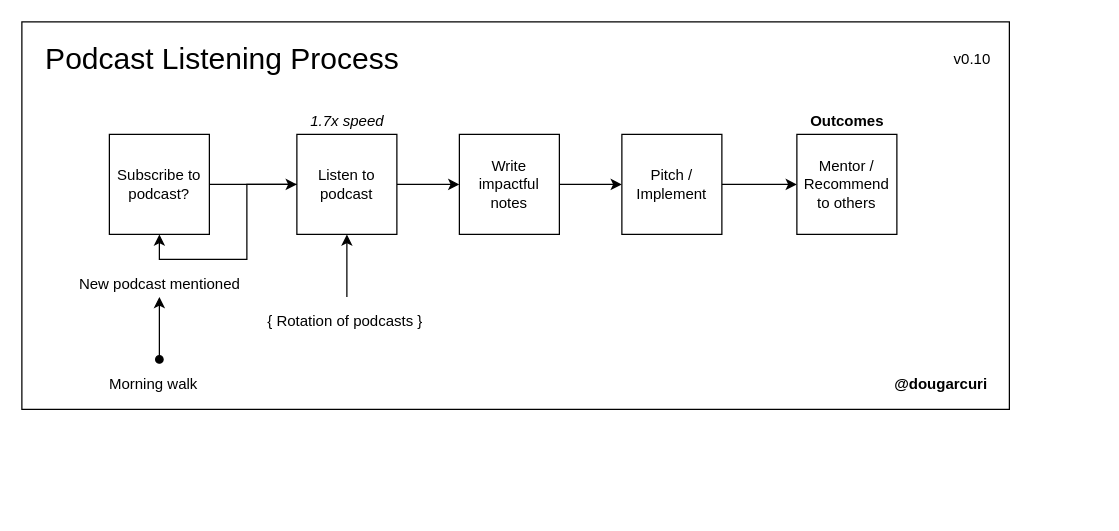
Before: mentoring/diagrams/podcast-listening-process.drawio in solidi/learning-notes, a draw.io diagram. Source tidied: cells renumbered, new cells numbered last; positions are measured from the earlier drawing's top-left corner, leaving out a move shared by most shapes. Both pictures are drawn from the tidied source at 125%, with x=0, y=0 at pixel (21, 21).
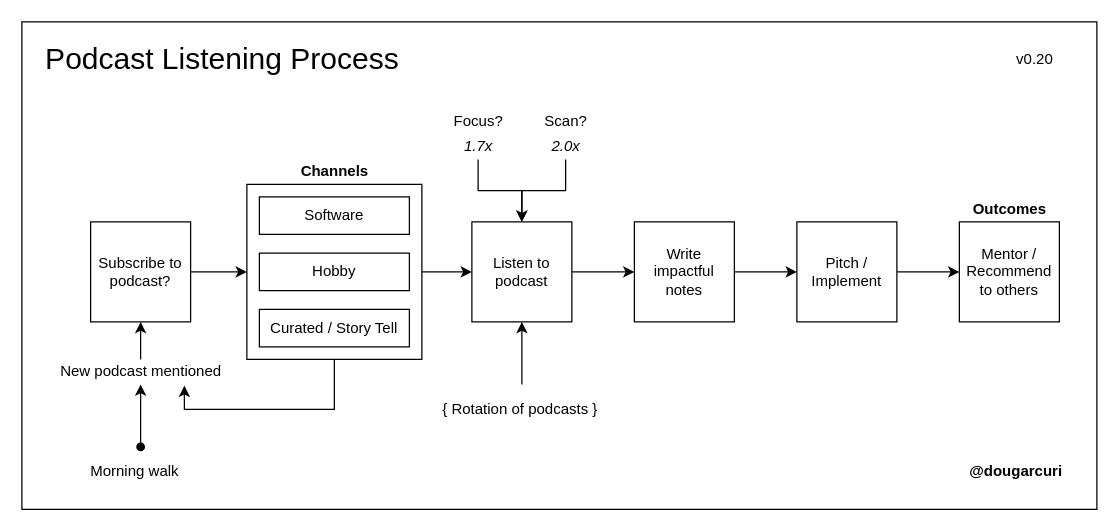
The same page after the edit.

Commit message (it also covers changes not shown here):
Add channels and scanning speed on pod ast listening

Diff of the diagram source:
```diff
@@
     <mxCell id="2" style="rounded=0;whiteSpace=wrap;html=1;fillColor=none;" parent="1" vertex="1">
-      <mxGeometry width="790" height="310" as="geometry" />
+      <mxGeometry width="860" height="390" as="geometry" />
     </mxCell>
+    <mxCell id="23" style="edgeStyle=orthogonalEdgeStyle;rounded=0;jettySize=auto;html=1;exitX=1;exitY=0.5;exitDx=0;exitDy=0;" parent="1" edge="1" source="25" target="10">
+      <mxGeometry relative="1" as="geometry" />
+    </mxCell>
+    <mxCell id="24" style="edgeStyle=orthogonalEdgeStyle;rounded=0;jettySize=auto;html=1;exitX=0.5;exitY=1;exitDx=0;exitDy=0;entryX=0.75;entryY=1.05;entryDx=0;entryDy=0;entryPerimeter=0;" parent="1" edge="1" source="25" target="15">
+      <mxGeometry relative="1" as="geometry" />
+    </mxCell>
+    <mxCell id="25" style="rounded=0;whiteSpace=wrap;html=1;" parent="1" vertex="1">
+      <mxGeometry x="180" y="130" width="140" height="140" as="geometry" />
+    </mxCell>
@@
-    <mxCell id="4" value="v0.10" style="text;html=1;align=center;verticalAlign=middle;" parent="1" vertex="1">
-      <mxGeometry x="740" y="20" width="40" height="20" as="geometry" />
+    <mxCell id="4" value="v0.20" style="text;html=1;align=center;verticalAlign=middle;" parent="1" vertex="1">
+      <mxGeometry x="790" y="20" width="40" height="20" as="geometry" />
     </mxCell>
     <mxCell id="5" value="&lt;b&gt;@dougarcuri&lt;/b&gt;" style="text;html=1;align=center;verticalAlign=middle;" parent="1" vertex="1">
-      <mxGeometry x="690" y="280" width="90" height="20" as="geometry" />
+      <mxGeometry x="750" y="350" width="90" height="20" as="geometry" />
     </mxCell>
-    <mxCell id="6" style="edgeStyle=orthogonalEdgeStyle;rounded=0;jettySize=auto;html=1;exitX=1;exitY=0.5;exitDx=0;exitDy=0;entryX=0;entryY=0.5;entryDx=0;entryDy=0;" parent="1" edge="1" source="7" target="10">
-      <mxGeometry relative="1" as="geometry" />
-    </mxCell>
+    <mxCell id="26" style="edgeStyle=orthogonalEdgeStyle;rounded=0;jettySize=auto;html=1;exitX=1;exitY=0.5;exitDx=0;exitDy=0;entryX=0;entryY=0.5;entryDx=0;entryDy=0;" parent="1" edge="1" source="7" target="25">
+      <mxGeometry relative="1" as="geometry" />
+    </mxCell>
     <mxCell id="7" value="Subscribe to podcast?" style="whiteSpace=wrap;html=1;" parent="1" vertex="1">
-      <mxGeometry x="70" y="90" width="80" height="80" as="geometry" />
+      <mxGeometry x="55" y="160" width="80" height="80" as="geometry" />
     </mxCell>
@@
-    <mxCell id="9" style="edgeStyle=orthogonalEdgeStyle;rounded=0;jettySize=auto;html=1;entryX=0.5;entryY=1;entryDx=0;entryDy=0;" parent="1" edge="1" source="10" target="7">
-      <mxGeometry relative="1" as="geometry">
-        <Array as="points">
-          <mxPoint x="180" y="130" />
-          <mxPoint x="180" y="190" />
-          <mxPoint x="110" y="190" />
-        </Array>
-      </mxGeometry>
-    </mxCell>
     <mxCell id="10" value="Listen to podcast" style="whiteSpace=wrap;html=1;" parent="1" vertex="1">
-      <mxGeometry x="220" y="90" width="80" height="80" as="geometry" />
+      <mxGeometry x="360" y="160" width="80" height="80" as="geometry" />
     </mxCell>
@@
     <mxCell id="12" value="Write impactful notes" style="whiteSpace=wrap;html=1;" parent="1" vertex="1">
-      <mxGeometry x="350" y="90" width="80" height="80" as="geometry" />
+      <mxGeometry x="490" y="160" width="80" height="80" as="geometry" />
     </mxCell>
@@
     <mxCell id="14" value="Pitch / Implement" style="whiteSpace=wrap;html=1;" parent="1" vertex="1">
-      <mxGeometry x="480" y="90" width="80" height="80" as="geometry" />
+      <mxGeometry x="620" y="160" width="80" height="80" as="geometry" />
     </mxCell>
+    <mxCell id="27" style="edgeStyle=orthogonalEdgeStyle;rounded=0;jettySize=auto;html=1;entryX=0.5;entryY=1;entryDx=0;entryDy=0;" parent="1" edge="1" source="15" target="7">
+      <mxGeometry relative="1" as="geometry" />
+    </mxCell>
     <mxCell id="15" value="New podcast mentioned" style="text;html=1;align=center;verticalAlign=middle;points=[];" parent="1" vertex="1">
-      <mxGeometry x="40" y="200" width="140" height="20" as="geometry" />
+      <mxGeometry x="25" y="270" width="140" height="20" as="geometry" />
     </mxCell>
     <mxCell id="16" value="Mentor / Recommend to others" style="whiteSpace=wrap;html=1;" parent="1" vertex="1">
-      <mxGeometry x="620" y="90" width="80" height="80" as="geometry" />
+      <mxGeometry x="750" y="160" width="80" height="80" as="geometry" />
     </mxCell>
     <mxCell id="17" style="endArrow=classic;html=1;entryX=0.5;entryY=1;entryDx=0;entryDy=0;" parent="1" edge="1" target="10">
       <mxGeometry relative="1" as="geometry">
-        <mxPoint x="260" y="220" as="sourcePoint" />
+        <mxPoint x="400" y="290" as="sourcePoint" />
       </mxGeometry>
     </mxCell>
     <mxCell id="18" value="{ Rotation of podcasts }&amp;nbsp;" style="text;html=1;align=center;verticalAlign=middle;" parent="1" vertex="1">
-      <mxGeometry x="190" y="230" width="140" height="20" as="geometry" />
+      <mxGeometry x="330" y="300" width="140" height="20" as="geometry" />
     </mxCell>
     <mxCell id="19" style="endArrow=classic;html=1;startArrow=oval;startFill=1;" parent="1" edge="1">
       <mxGeometry relative="1" as="geometry">
-        <mxPoint x="110" y="270" as="sourcePoint" />
-        <mxPoint x="110" y="220" as="targetPoint" />
+        <mxPoint x="95" y="340" as="sourcePoint" />
+        <mxPoint x="95" y="290" as="targetPoint" />
       </mxGeometry>
     </mxCell>
     <mxCell id="20" value="Morning walk" style="text;html=1;align=center;verticalAlign=middle;" parent="1" vertex="1">
-      <mxGeometry x="60" y="280" width="90" height="20" as="geometry" />
+      <mxGeometry x="45" y="350" width="90" height="20" as="geometry" />
     </mxCell>
+    <mxCell id="28" style="edgeStyle=orthogonalEdgeStyle;rounded=0;jettySize=auto;html=1;entryX=0.5;entryY=0;entryDx=0;entryDy=0;" parent="1" edge="1" source="21" target="10">
+      <mxGeometry relative="1" as="geometry" />
+    </mxCell>
-    <mxCell id="21" value="&lt;i&gt;1.7x speed&lt;/i&gt;" style="text;html=1;align=center;verticalAlign=middle;points=[];" parent="1" vertex="1">
-      <mxGeometry x="225" y="70" width="70" height="20" as="geometry" />
+    <mxCell id="21" value="&lt;i&gt;1.7x&lt;/i&gt;" style="text;html=1;align=center;verticalAlign=middle;points=[];" parent="1" vertex="1">
+      <mxGeometry x="345" y="90" width="40" height="20" as="geometry" />
     </mxCell>
     <mxCell id="22" value="&lt;b&gt;Outcomes&lt;/b&gt;" style="text;html=1;align=center;verticalAlign=middle;" parent="1" vertex="1">
-      <mxGeometry x="625" y="70" width="70" height="20" as="geometry" />
+      <mxGeometry x="755" y="140" width="70" height="20" as="geometry" />
     </mxCell>
+    <mxCell id="29" value="Software" style="rounded=0;whiteSpace=wrap;html=1;" parent="1" vertex="1">
+      <mxGeometry x="190" y="140" width="120" height="30" as="geometry" />
+    </mxCell>
+    <mxCell id="30" value="&lt;b&gt;Channels&lt;/b&gt;" style="text;html=1;align=center;verticalAlign=middle;" parent="1" vertex="1">
+      <mxGeometry x="215" y="110" width="70" height="20" as="geometry" />
+    </mxCell>
+    <mxCell id="31" value="Hobby" style="rounded=0;whiteSpace=wrap;html=1;" parent="1" vertex="1">
+      <mxGeometry x="190" y="185" width="120" height="30" as="geometry" />
+    </mxCell>
+    <mxCell id="32" value="Curated / Story Tell" style="rounded=0;whiteSpace=wrap;html=1;" parent="1" vertex="1">
+      <mxGeometry x="190" y="230" width="120" height="30" as="geometry" />
+    </mxCell>
+    <mxCell id="33" value="Focus?" style="text;html=1;align=center;verticalAlign=middle;" parent="1" vertex="1">
+      <mxGeometry x="340" y="70" width="50" height="20" as="geometry" />
+    </mxCell>
+    <mxCell id="34" style="edgeStyle=orthogonalEdgeStyle;rounded=0;jettySize=auto;html=1;entryX=0.5;entryY=0;entryDx=0;entryDy=0;" parent="1" edge="1" source="35" target="10">
+      <mxGeometry relative="1" as="geometry" />
+    </mxCell>
+    <mxCell id="35" value="&lt;i&gt;2.0x&lt;/i&gt;" style="text;html=1;align=center;verticalAlign=middle;points=[];" parent="1" vertex="1">
+      <mxGeometry x="415" y="90" width="40" height="20" as="geometry" />
+    </mxCell>
+    <mxCell id="36" value="Scan?" style="text;html=1;align=center;verticalAlign=middle;" parent="1" vertex="1">
+      <mxGeometry x="410" y="70" width="50" height="20" as="geometry" />
+    </mxCell>
```
